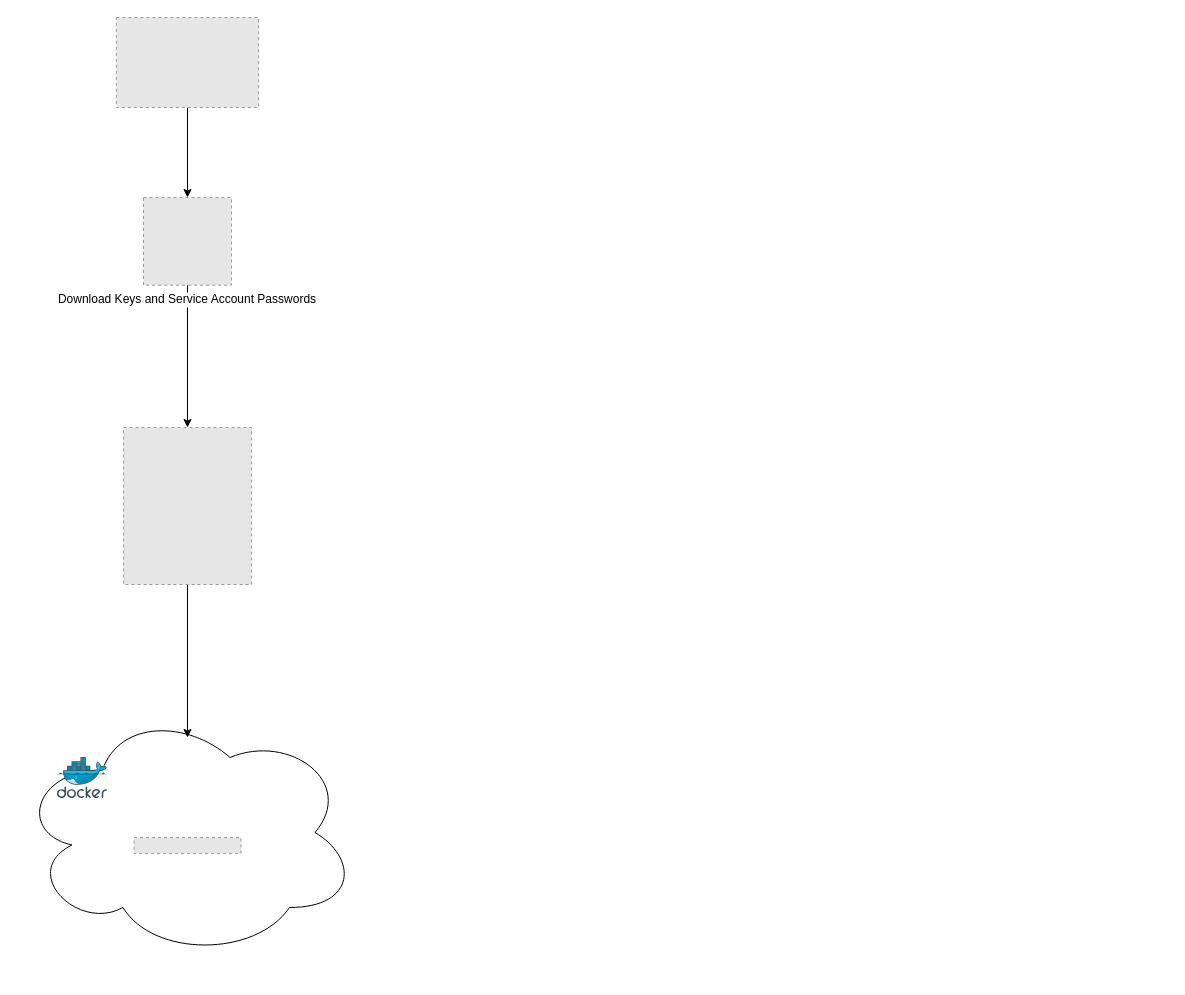
The draw.io diagram Minio.drawio in arpanrecme/playground, before the edit. Source tidied: cells renumbered, new cells numbered last; positions are measured from the earlier drawing's top-left corner, leaving out a move shared by most shapes. Both pictures are drawn from the tidied source at 100%, with x=0, y=0 at pixel (17, 17). Pictures stored in the file or linked from it are replaced by grey dashed boxes.
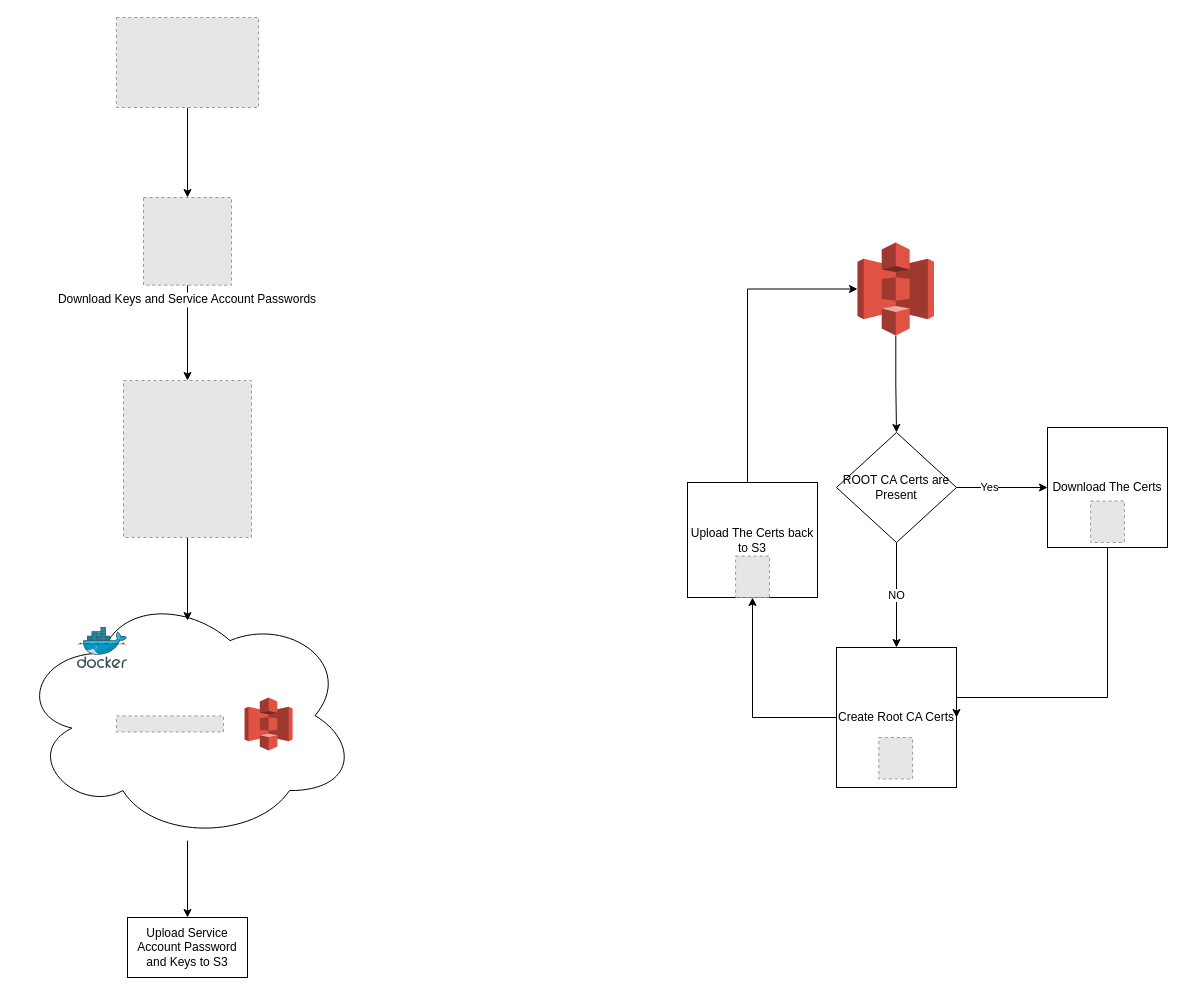
The same diagram, later.

The edit, as a diff of the source:
```diff
@@
+    <mxCell id="11" style="edgeStyle=orthogonalEdgeStyle;rounded=0;jettySize=auto;html=1;" parent="1" edge="1" source="2" target="12">
+      <mxGeometry relative="1" as="geometry" />
+    </mxCell>
     <mxCell id="2" style="ellipse;shape=cloud;whiteSpace=wrap;html=1;" parent="1" vertex="1">
-      <mxGeometry y="690" width="340" height="250" as="geometry" />
+      <mxGeometry y="573.1" width="340" height="250" as="geometry" />
     </mxCell>
@@
     <mxCell id="7" style="image;sketch=0;html=1;align=center;fontSize=12;image=img/lib/mscae/Docker.svg;" parent="1" vertex="1">
-      <mxGeometry x="40" y="740" width="50" height="41" as="geometry" />
+      <mxGeometry x="60" y="610" width="50" height="41" as="geometry" />
     </mxCell>
     <mxCell id="8" style="fillColor=#E6E6E6;strokeColor=#999999;dashed=1;verticalLabelPosition=bottom;labelBackgroundColor=default;verticalAlign=top;" parent="1" vertex="1">
-      <mxGeometry x="116.5" y="820" width="107" height="16.1" as="geometry" />
+      <mxGeometry x="99" y="698.4" width="107" height="16.1" as="geometry" />
     </mxCell>
@@
     <mxCell id="10" style="fillColor=#E6E6E6;strokeColor=#999999;dashed=1;verticalLabelPosition=bottom;labelBackgroundColor=default;verticalAlign=top;" parent="1" vertex="1">
-      <mxGeometry x="106" y="410" width="128" height="157" as="geometry" />
+      <mxGeometry x="106" y="363" width="128" height="157" as="geometry" />
     </mxCell>
+    <mxCell id="12" value="Upload Service Account Password and Keys to S3" style="whiteSpace=wrap;html=1;" parent="1" vertex="1">
+      <mxGeometry x="110" y="900" width="120" height="60" as="geometry" />
+    </mxCell>
+    <mxCell id="13" style="dashed=0;verticalLabelPosition=bottom;verticalAlign=top;align=center;html=1;shape=mxgraph.aws3.s3;fillColor=#E05243;gradientColor=none;" parent="1" vertex="1">
+      <mxGeometry x="227.1" y="680" width="48" height="53" as="geometry" />
+    </mxCell>
+    <mxCell id="14" style="edgeStyle=orthogonalEdgeStyle;rounded=0;jettySize=auto;html=1;entryX=0.5;entryY=0;entryDx=0;entryDy=0;" parent="1" edge="1" source="15" target="19">
+      <mxGeometry relative="1" as="geometry" />
+    </mxCell>
+    <mxCell id="15" style="outlineConnect=0;dashed=0;verticalLabelPosition=bottom;verticalAlign=top;align=center;html=1;shape=mxgraph.aws3.s3;fillColor=#E05243;gradientColor=none;" parent="1" vertex="1">
+      <mxGeometry x="840" y="225" width="76.5" height="93" as="geometry" />
+    </mxCell>
+    <mxCell id="16" value="NO" style="edgeStyle=orthogonalEdgeStyle;rounded=0;jettySize=auto;html=1;" parent="1" edge="1" source="19" target="21">
+      <mxGeometry relative="1" as="geometry" />
+    </mxCell>
+    <mxCell id="17" style="edgeStyle=orthogonalEdgeStyle;rounded=0;jettySize=auto;html=1;entryX=0;entryY=0.5;entryDx=0;entryDy=0;" parent="1" edge="1" source="19" target="25">
+      <mxGeometry relative="1" as="geometry" />
+    </mxCell>
+    <mxCell id="18" value="Yes" style="edgeLabel;html=1;align=center;verticalAlign=middle;" parent="17" vertex="1">
+      <mxGeometry x="-0.29" y="1" relative="1" as="geometry" />
+    </mxCell>
+    <mxCell id="19" value="ROOT CA Certs are Present" style="rhombus;whiteSpace=wrap;html=1;" parent="1" vertex="1">
+      <mxGeometry x="819" y="415" width="120" height="110" as="geometry" />
+    </mxCell>
+    <mxCell id="20" style="edgeStyle=orthogonalEdgeStyle;rounded=0;jettySize=auto;html=1;exitX=0;exitY=0.5;exitDx=0;exitDy=0;entryX=0.5;entryY=1;entryDx=0;entryDy=0;" parent="1" edge="1" source="21" target="23">
+      <mxGeometry relative="1" as="geometry" />
+    </mxCell>
+    <mxCell id="21" value="Create Root CA Certs" style="whiteSpace=wrap;html=1;" parent="1" vertex="1">
+      <mxGeometry x="819" y="630" width="120" height="140" as="geometry" />
+    </mxCell>
+    <mxCell id="22" style="edgeStyle=orthogonalEdgeStyle;rounded=0;jettySize=auto;html=1;entryX=0;entryY=0.5;entryDx=0;entryDy=0;entryPerimeter=0;" parent="1" edge="1" source="23" target="15">
+      <mxGeometry relative="1" as="geometry">
+        <Array as="points">
+          <mxPoint x="730" y="272" />
+        </Array>
+      </mxGeometry>
+    </mxCell>
+    <mxCell id="23" value="Upload The Certs back to S3" style="rounded=0;whiteSpace=wrap;html=1;" parent="1" vertex="1">
+      <mxGeometry x="670" y="465" width="130" height="115" as="geometry" />
+    </mxCell>
+    <mxCell id="24" style="edgeStyle=orthogonalEdgeStyle;rounded=0;jettySize=auto;html=1;entryX=1;entryY=0.5;entryDx=0;entryDy=0;" parent="1" edge="1" source="25" target="21">
+      <mxGeometry relative="1" as="geometry">
+        <Array as="points">
+          <mxPoint x="1090" y="680" />
+          <mxPoint x="939" y="680" />
+        </Array>
+      </mxGeometry>
+    </mxCell>
+    <mxCell id="25" value="Download The Certs" style="rounded=0;whiteSpace=wrap;html=1;" parent="1" vertex="1">
+      <mxGeometry x="1030" y="410" width="120" height="120" as="geometry" />
+    </mxCell>
+    <mxCell id="26" style="fillColor=#E6E6E6;strokeColor=#999999;dashed=1;verticalLabelPosition=bottom;labelBackgroundColor=default;verticalAlign=top;" parent="1" vertex="1">
+      <mxGeometry x="861.3" y="720" width="33.8" height="41.5" as="geometry" />
+    </mxCell>
+    <mxCell id="27" style="fillColor=#E6E6E6;strokeColor=#999999;dashed=1;verticalLabelPosition=bottom;labelBackgroundColor=default;verticalAlign=top;" parent="1" vertex="1">
+      <mxGeometry x="718.1" y="538.5" width="33.8" height="41.5" as="geometry" />
+    </mxCell>
+    <mxCell id="28" style="fillColor=#E6E6E6;strokeColor=#999999;dashed=1;verticalLabelPosition=bottom;labelBackgroundColor=default;verticalAlign=top;" parent="1" vertex="1">
+      <mxGeometry x="1073.1" y="483.5" width="33.8" height="41.5" as="geometry" />
+    </mxCell>
```
